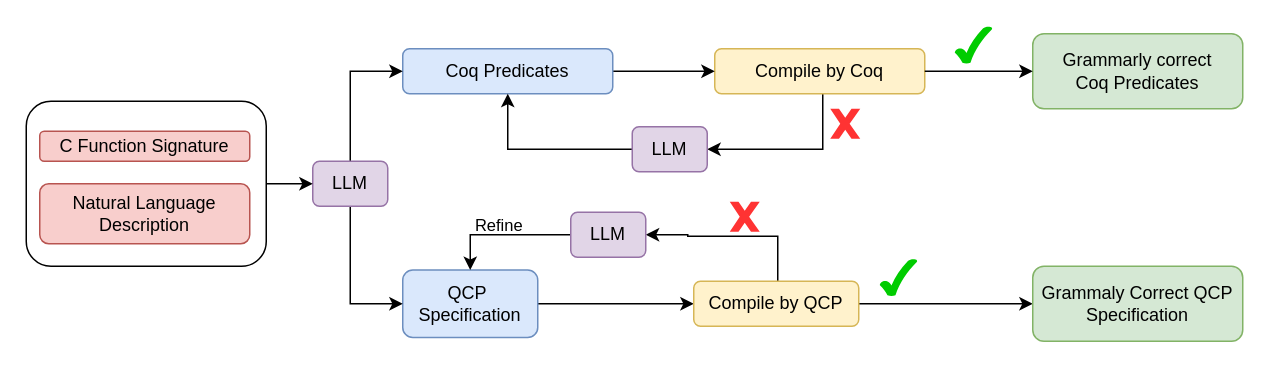
The draw.io diagram llm-formal-spec.drawio in Zhang-Liao/draw-io, before the edit. Source tidied: cells renumbered, new cells numbered last; positions are measured from the earlier drawing's top-left corner, leaving out a move shared by most shapes. Both pictures are drawn from the tidied source at 150%, with x=0, y=0 at pixel (26, 26).
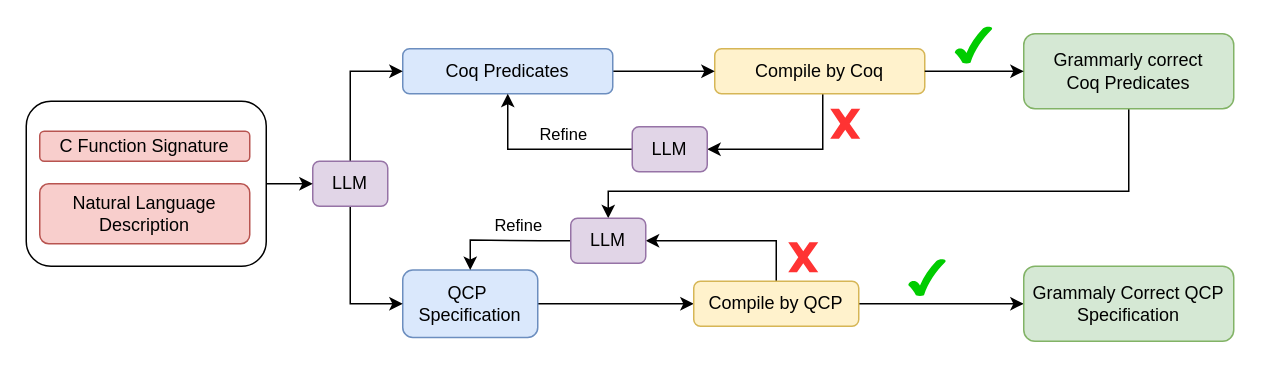
After the change.

The change refers to these unchanged cells:
```xml
<mxCell id="11" value="Compile&amp;nbsp;&lt;span style=&quot;background-color: transparent; color: light-dark(rgb(0, 0, 0), rgb(255, 255, 255));&quot;&gt;by QCP&lt;/span&gt;" style="rounded=1;whiteSpace=wrap;html=1;fillColor=#fff2cc;strokeColor=#d6b656;" parent="1" vertex="1">
  <mxGeometry x="445" y="170" width="110" height="30" as="geometry" />
</mxCell>
```

Diff of the diagram source:
```diff
@@
+    <mxCell id="31" style="edgeStyle=orthogonalEdgeStyle;rounded=0;jettySize=auto;html=1;entryX=0.5;entryY=0;entryDx=0;entryDy=0;" parent="1" edge="1" source="8" target="30">
+      <mxGeometry relative="1" as="geometry">
+        <Array as="points">
+          <mxPoint x="735" y="110" />
+          <mxPoint x="388" y="110" />
+        </Array>
+      </mxGeometry>
+    </mxCell>
     <mxCell id="8" value="&lt;div&gt;Grammarly correct&lt;/div&gt;Coq Predicates" style="rounded=1;whiteSpace=wrap;html=1;fillColor=#d5e8d4;strokeColor=#82b366;" parent="1" vertex="1">
-      <mxGeometry x="671" y="5" width="140" height="50" as="geometry" />
+      <mxGeometry x="665" y="5" width="140" height="50" as="geometry" />
     </mxCell>
@@
-    <mxCell id="10" style="edgeStyle=orthogonalEdgeStyle;rounded=0;jettySize=auto;html=1;entryX=1;entryY=0.5;entryDx=0;entryDy=0;" parent="1" edge="1" source="11" target="30">
-      <mxGeometry relative="1" as="geometry">
-        <Array as="points">
-          <mxPoint x="501" y="140" />
-          <mxPoint x="441" y="140" />
-          <mxPoint x="441" y="139" />
-        </Array>
-      </mxGeometry>
+    <mxCell id="10" style="edgeStyle=orthogonalEdgeStyle;rounded=0;jettySize=auto;html=1;entryX=1;entryY=0.5;entryDx=0;entryDy=0;exitX=0.5;exitY=0;exitDx=0;exitDy=0;" parent="1" edge="1" source="11" target="30">
+      <mxGeometry relative="1" as="geometry" />
     </mxCell>
@@
     <mxCell id="12" value="Grammaly Correct QCP Specification" style="rounded=1;whiteSpace=wrap;html=1;fillColor=#d5e8d4;strokeColor=#82b366;" parent="1" vertex="1">
-      <mxGeometry x="671" y="160" width="140" height="50" as="geometry" />
+      <mxGeometry x="665" y="160" width="140" height="50" as="geometry" />
     </mxCell>
@@
     <mxCell id="16" style="verticalLabelPosition=bottom;verticalAlign=top;html=1;shape=mxgraph.basic.tick;fillColor=#00CC00;strokeColor=none;" parent="1" vertex="1">
-      <mxGeometry x="569" y="155" width="25" height="25" as="geometry" />
+      <mxGeometry x="588" y="155" width="25" height="25" as="geometry" />
     </mxCell>
@@
     <mxCell id="21" style="verticalLabelPosition=bottom;verticalAlign=top;html=1;shape=mxgraph.basic.x;fillColor=#FF3333;strokeColor=none;" parent="1" vertex="1">
-      <mxGeometry x="469" y="117" width="20" height="20" as="geometry" />
+      <mxGeometry x="508" y="144" width="20" height="20" as="geometry" />
     </mxCell>
     <mxCell id="22" value="Refine" style="edgeLabel;html=1;align=center;verticalAlign=middle;" parent="1" vertex="1">
-      <mxGeometry x="317" y="134" as="geometry">
+      <mxGeometry x="330" y="134" as="geometry">
         <mxPoint x="-3" y="-2" as="offset" />
       </mxGeometry>
     </mxCell>
@@
     <mxCell id="30" value="LLM" style="rounded=1;whiteSpace=wrap;html=1;fillColor=#e1d5e7;strokeColor=#9673a6;" parent="1" vertex="1">
-      <mxGeometry x="363" y="124" width="50" height="30" as="geometry" />
+      <mxGeometry x="363" y="128" width="50" height="30" as="geometry" />
     </mxCell>
+    <mxCell id="32" value="Refine" style="edgeLabel;html=1;align=center;verticalAlign=middle;" parent="1" vertex="1">
+      <mxGeometry x="360" y="73" as="geometry">
+        <mxPoint x="-3" y="-2" as="offset" />
+      </mxGeometry>
+    </mxCell>
```
